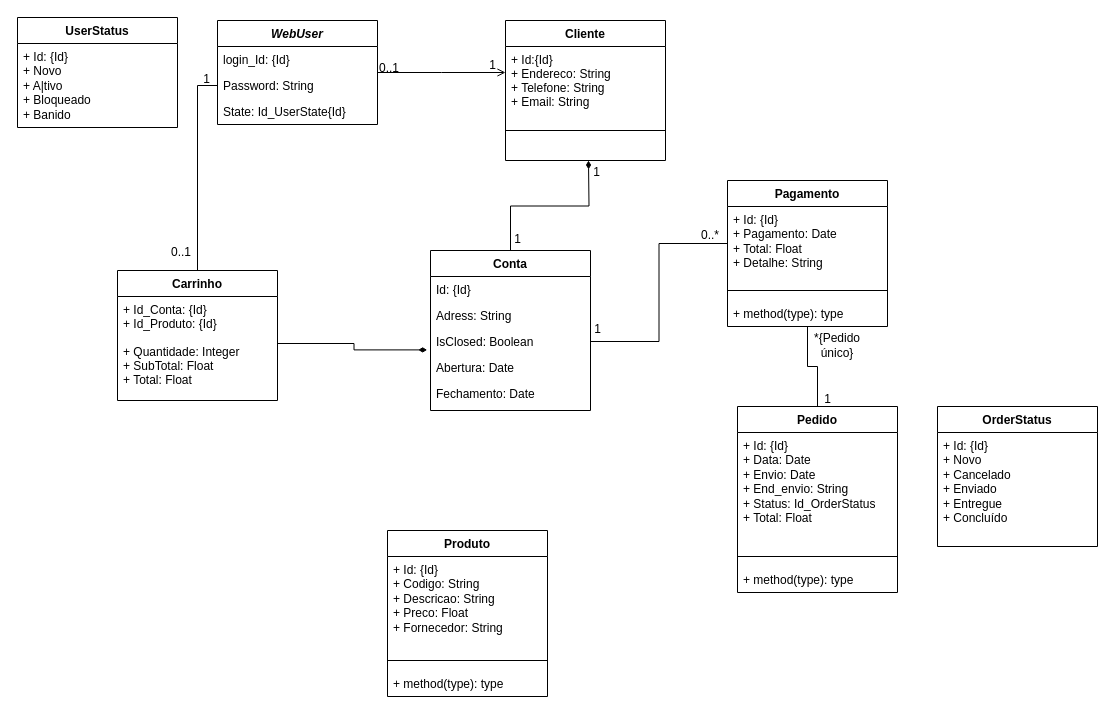
The draw.io diagram Diagrama de Classe.drawio in wellingtoncv/ProjetosWEB_Unidade-4_e-commerce, before the edit. Source tidied: cells renumbered, new cells numbered last; positions are measured from the earlier drawing's top-left corner, leaving out a move shared by most shapes. Both pictures are drawn from the tidied source at 100%, with x=0, y=0 at pixel (17, 17).
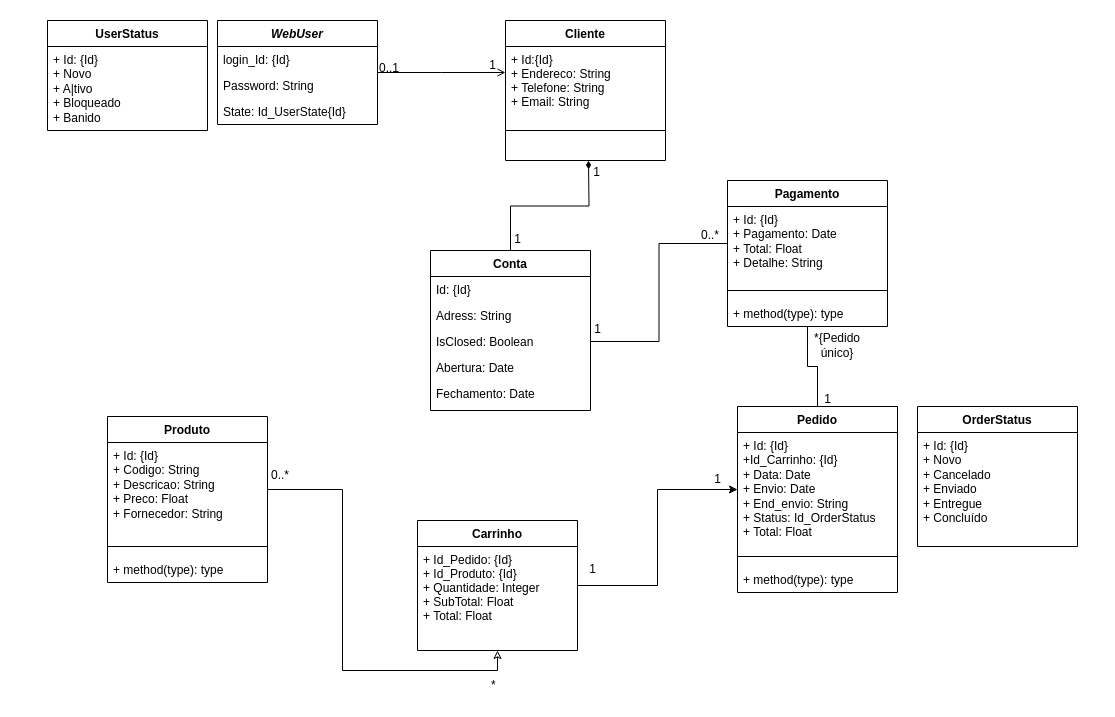
The same diagram, later.

Unchanged cells that the change refers to:
```xml
<mxCell id="4" value="Password: String" style="text;align=left;verticalAlign=top;spacingLeft=4;spacingRight=4;overflow=hidden;points=[[0,0.5],[1,0.5]];portConstraint=eastwest;rounded=0;shadow=0;html=0;" parent="2" vertex="1">
  <mxGeometry y="52" width="160" height="26" as="geometry" />
</mxCell>
<mxCell id="12" value="IsClosed: Boolean" style="text;align=left;verticalAlign=top;spacingLeft=4;spacingRight=4;overflow=hidden;points=[[0,0.5],[1,0.5]];portConstraint=eastwest;" parent="9" vertex="1">
  <mxGeometry y="78" width="160" height="26" as="geometry" />
</mxCell>
<mxCell id="32" value="Pedido" style="swimlane;fontStyle=1;align=center;verticalAlign=top;horizontal=1;startSize=26;whiteSpace=wrap;html=1;" parent="1" vertex="1">
  <mxGeometry x="720" y="389" width="160" height="186" as="geometry" />
</mxCell>
<mxCell id="46" value="+ Id: {Id}&lt;br&gt;+ Codigo: String&lt;br&gt;+ Descricao: String&lt;br&gt;+ Preco: Float&lt;br&gt;+ Fornecedor: String&amp;nbsp;" style="text;strokeColor=none;fillColor=none;align=left;verticalAlign=top;spacingLeft=4;spacingRight=4;overflow=hidden;points=[[0,0.5],[1,0.5]];portConstraint=eastwest;whiteSpace=wrap;html=1;" parent="45" vertex="1">
  <mxGeometry y="26" width="160" height="94" as="geometry" />
</mxCell>
```

What changed in the source:
```diff
@@
-    <mxCell id="6" style="edgeStyle=orthogonalEdgeStyle;rounded=0;jettySize=auto;html=1;endArrow=none;endFill=0;" parent="1" edge="1" source="7" target="4">
-      <mxGeometry relative="1" as="geometry" />
-    </mxCell>
+    <mxCell id="49" style="edgeStyle=orthogonalEdgeStyle;rounded=0;jettySize=auto;html=1;entryX=0;entryY=0.5;entryDx=0;entryDy=0;" parent="1" edge="1" source="7" target="33">
+      <mxGeometry relative="1" as="geometry" />
+    </mxCell>
     <mxCell id="7" value="Carrinho" style="swimlane;fontStyle=1;align=center;verticalAlign=top;horizontal=1;startSize=26;rounded=0;shadow=0;strokeWidth=1;" parent="1" vertex="1">
-      <mxGeometry x="100" y="253" width="160" height="130" as="geometry" />
+      <mxGeometry x="400" y="503" width="160" height="130" as="geometry" />
     </mxCell>
-    <mxCell id="8" value="+ Id_Conta: {Id}&#10;+ Id_Produto: {Id}&#10;&#10;+ Quantidade: Integer&#10;+ SubTotal: Float&#10;+ Total: Float" style="text;align=left;verticalAlign=top;spacingLeft=4;spacingRight=4;overflow=hidden;points=[[0,0.5],[1,0.5]];portConstraint=eastwest;rounded=0;shadow=0;html=0;" parent="7" vertex="1">
+    <mxCell id="8" value="+ Id_Pedido: {Id}&#10;+ Id_Produto: {Id}&#10;+ Quantidade: Integer&#10;+ SubTotal: Float&#10;+ Total: Float" style="text;align=left;verticalAlign=top;spacingLeft=4;spacingRight=4;overflow=hidden;points=[[0,0.5],[1,0.5]];portConstraint=eastwest;rounded=0;shadow=0;html=0;" parent="7" vertex="1">
       <mxGeometry y="26" width="160" height="94" as="geometry" />
     </mxCell>
@@
-    <mxCell id="21" value="0..1" style="align=left;verticalAlign=bottom;labelBackgroundColor=none;fontSize=12;" parent="1" vertex="1">
-      <mxGeometry x="160" y="110" as="geometry">
-        <mxPoint x="-8" y="133" as="offset" />
-      </mxGeometry>
-    </mxCell>
-    <mxCell id="22" value="1" style="align=right;verticalAlign=bottom;labelBackgroundColor=none;fontSize=12;" parent="1" vertex="1">
-      <mxGeometry x="493" y="68" as="geometry">
-        <mxPoint x="-299" y="2" as="offset" />
-      </mxGeometry>
-    </mxCell>
@@
-    <mxCell id="26" style="edgeStyle=orthogonalEdgeStyle;rounded=0;jettySize=auto;html=1;entryX=-0.021;entryY=0.823;entryDx=0;entryDy=0;entryPerimeter=0;endArrow=diamondThin;endFill=1;" parent="1" edge="1" source="8" target="12">
-      <mxGeometry relative="1" as="geometry" />
-    </mxCell>
@@
-    <mxCell id="33" value="+ Id: {Id}&lt;br&gt;+ Data: Date&lt;br&gt;+ Envio: Date&lt;br&gt;+ End_envio: String&lt;br&gt;+ Status: Id_OrderStatus&amp;nbsp;&lt;br&gt;+ Total: Float&lt;br&gt;" style="text;strokeColor=none;fillColor=none;align=left;verticalAlign=top;spacingLeft=4;spacingRight=4;overflow=hidden;points=[[0,0.5],[1,0.5]];portConstraint=eastwest;whiteSpace=wrap;html=1;" parent="32" vertex="1">
+    <mxCell id="33" value="+ Id: {Id}&lt;br&gt;+Id_Carrinho: {Id}&lt;br&gt;+ Data: Date&lt;br&gt;+ Envio: Date&lt;br&gt;+ End_envio: String&lt;br&gt;+ Status: Id_OrderStatus&amp;nbsp;&lt;br&gt;+ Total: Float" style="text;strokeColor=none;fillColor=none;align=left;verticalAlign=top;spacingLeft=4;spacingRight=4;overflow=hidden;points=[[0,0.5],[1,0.5]];portConstraint=eastwest;whiteSpace=wrap;html=1;" parent="32" vertex="1">
       <mxGeometry y="26" width="160" height="114" as="geometry" />
     </mxCell>
@@
     <mxCell id="41" value="OrderStatus" style="swimlane;fontStyle=1;align=center;verticalAlign=top;horizontal=1;startSize=26;whiteSpace=wrap;html=1;" parent="1" vertex="1">
-      <mxGeometry x="920" y="389" width="160" height="140" as="geometry" />
+      <mxGeometry x="900" y="389" width="160" height="140" as="geometry" />
     </mxCell>
@@
     <mxCell id="43" value="UserStatus" style="swimlane;fontStyle=1;align=center;verticalAlign=top;horizontal=1;startSize=26;whiteSpace=wrap;html=1;" parent="1" vertex="1">
-      <mxGeometry width="160" height="110" as="geometry" />
+      <mxGeometry x="30" y="3" width="160" height="110" as="geometry" />
     </mxCell>
@@
+    <mxCell id="50" style="edgeStyle=orthogonalEdgeStyle;rounded=0;jettySize=auto;html=1;entryX=0.5;entryY=1;entryDx=0;entryDy=0;exitX=1;exitY=0.5;exitDx=0;exitDy=0;endArrow=classic;endFill=0;" parent="1" edge="1" source="46" target="7">
+      <mxGeometry relative="1" as="geometry" />
+    </mxCell>
     <mxCell id="45" value="Produto" style="swimlane;fontStyle=1;align=center;verticalAlign=top;horizontal=1;startSize=26;whiteSpace=wrap;html=1;" parent="1" vertex="1">
-      <mxGeometry x="370" y="513" width="160" height="166" as="geometry" />
+      <mxGeometry x="90" y="399" width="160" height="166" as="geometry" />
     </mxCell>
@@
+    <mxCell id="51" value="0..*" style="align=left;verticalAlign=bottom;labelBackgroundColor=none;fontSize=12;" parent="1" vertex="1">
+      <mxGeometry x="260" y="333" as="geometry">
+        <mxPoint x="-8" y="133" as="offset" />
+      </mxGeometry>
+    </mxCell>
+    <mxCell id="52" value="*" style="align=left;verticalAlign=bottom;labelBackgroundColor=none;fontSize=12;" parent="1" vertex="1">
+      <mxGeometry x="480" y="543" as="geometry">
+        <mxPoint x="-8" y="133" as="offset" />
+      </mxGeometry>
+    </mxCell>
+    <mxCell id="53" value="1" style="align=right;verticalAlign=bottom;labelBackgroundColor=none;fontSize=12;" parent="1" vertex="1">
+      <mxGeometry x="585" y="513" as="geometry">
+        <mxPoint x="-5" y="47" as="offset" />
+      </mxGeometry>
+    </mxCell>
+    <mxCell id="54" value="1" style="align=right;verticalAlign=bottom;labelBackgroundColor=none;fontSize=12;" parent="1" vertex="1">
+      <mxGeometry x="710" y="423" as="geometry">
+        <mxPoint x="-5" y="47" as="offset" />
+      </mxGeometry>
+    </mxCell>
```
